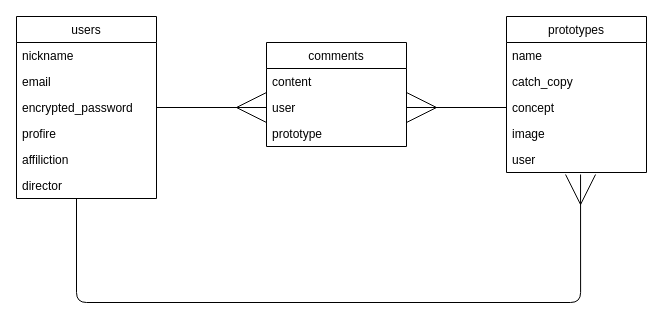
Earlier version of the draw.io diagram protospace.dio (taiyakio/protospace-fukui2021-amachan). Source tidied: cells renumbered, new cells numbered last; positions are measured from the earlier drawing's top-left corner, leaving out a move shared by most shapes. Both pictures are drawn from the tidied source at 100%, with x=0, y=0 at pixel (16, 16).
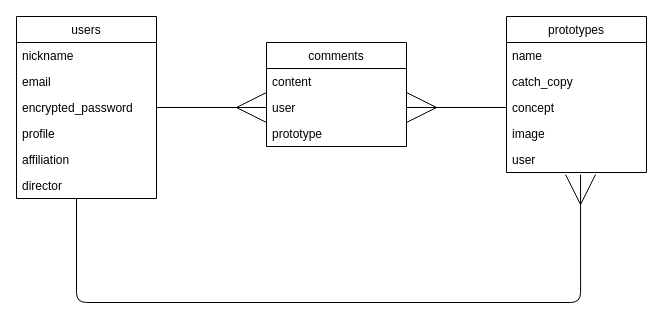
Above is the later version.

Commit message:
カラム名の修正2

Unchanged cells that the change refers to:
```xml
<mxCell id="4" value="users" style="swimlane;fontStyle=0;horizontal=1;startSize=26;" parent="1" vertex="1">
  <mxGeometry width="140" height="182" as="geometry" />
</mxCell>
```

Change to the diagram source:
```diff
@@
-    <mxCell id="8" value="profire" style="text;strokeColor=none;fillColor=none;align=left;verticalAlign=top;spacingLeft=4;spacingRight=4;overflow=hidden;" parent="4" vertex="1">
+    <mxCell id="8" value="profile" style="text;strokeColor=none;fillColor=none;align=left;verticalAlign=top;spacingLeft=4;spacingRight=4;overflow=hidden;" parent="4" vertex="1">
       <mxGeometry y="104" width="140" height="26" as="geometry" />
     </mxCell>
-    <mxCell id="9" value="affiliction" style="text;strokeColor=none;fillColor=none;align=left;verticalAlign=top;spacingLeft=4;spacingRight=4;overflow=hidden;" parent="4" vertex="1">
+    <mxCell id="9" value="affiliation" style="text;strokeColor=none;fillColor=none;align=left;verticalAlign=top;spacingLeft=4;spacingRight=4;overflow=hidden;" parent="4" vertex="1">
       <mxGeometry y="130" width="140" height="26" as="geometry" />
     </mxCell>
```
